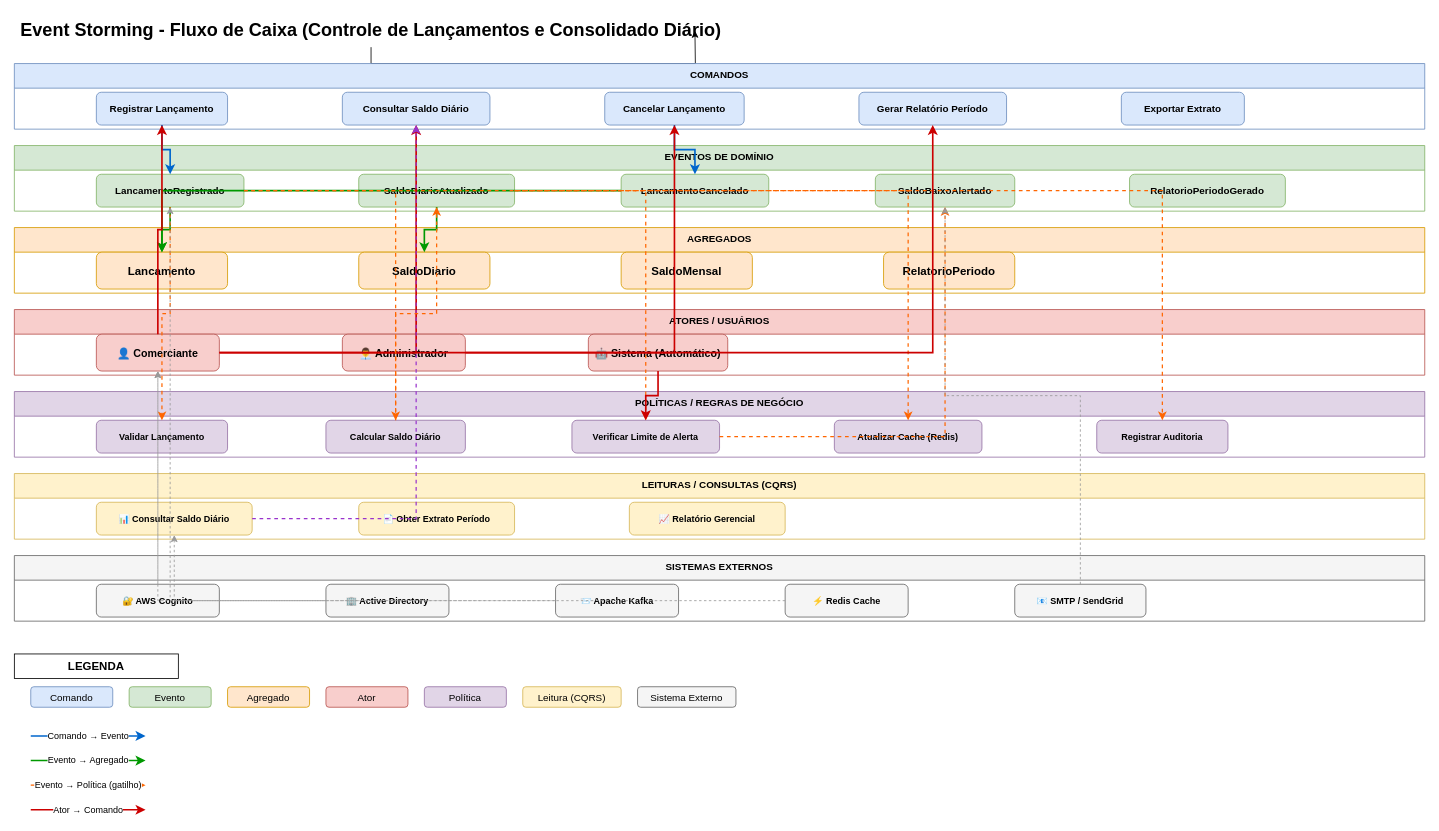
Before: event-storming.drawio in sergio-da-victoria/CI-T-Case, a draw.io diagram. Source tidied: cells renumbered, new cells numbered last; positions are measured from the earlier drawing's top-left corner, leaving out a move shared by most shapes. Both pictures are drawn from the tidied source at 82%, with x=0, y=0 at pixel (14, 14).
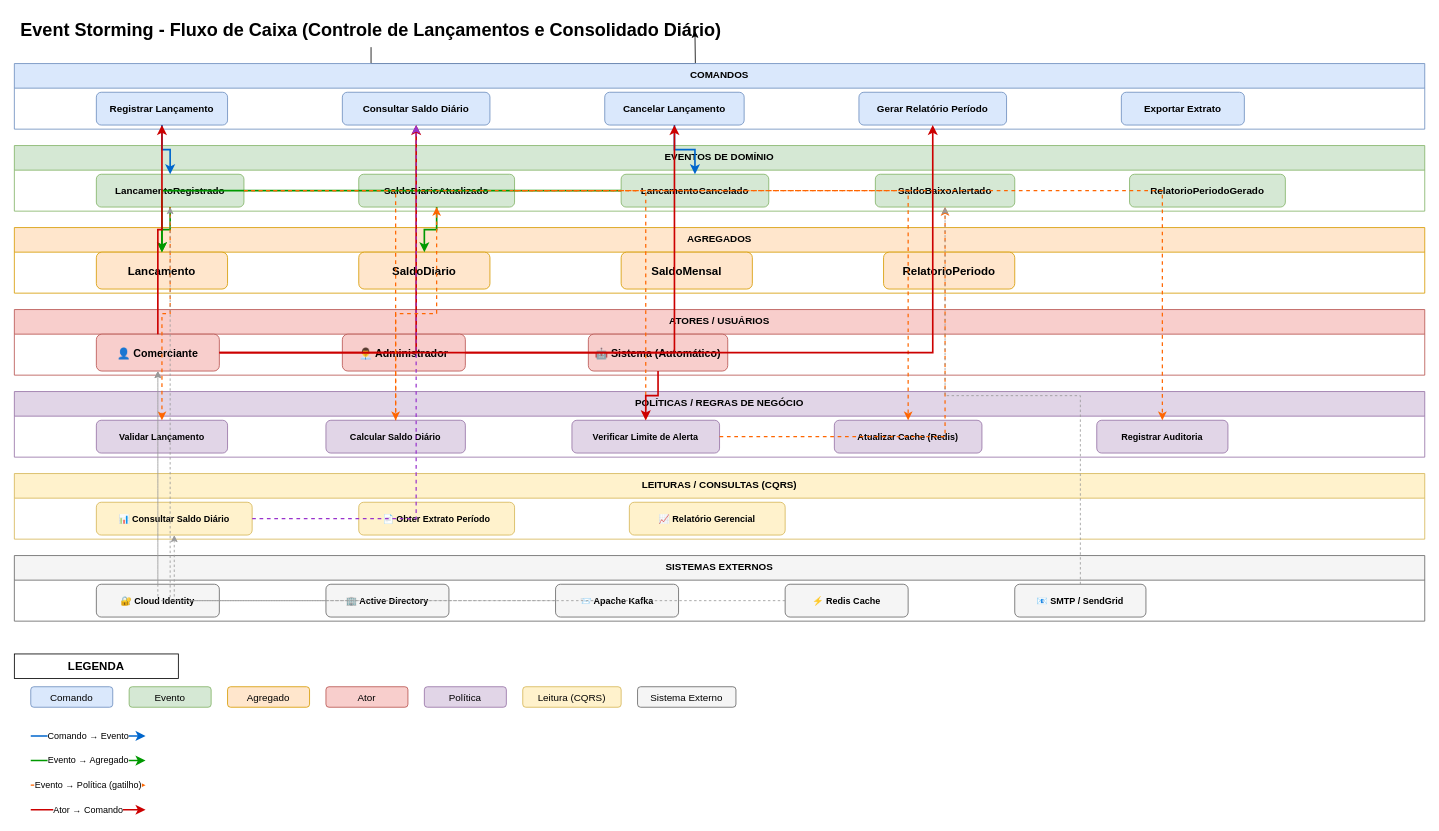
The same page after the edit.

Unchanged cells that the change refers to:
```xml
<mxCell id="35" value="SISTEMAS EXTERNOS" style="swimlane;fontStyle=1;align=center;verticalAlign=top;horizontal=1;startSize=30;fillColor=#f5f5f5;strokeColor=#666666;" parent="1" vertex="1">
  <mxGeometry y="660" width="1720" height="80" as="geometry" />
</mxCell>
```

Diff of the diagram source:
```diff
@@
-    <mxCell id="36" value="🔐 AWS Cognito" style="rounded=1;fillColor=#f5f5f5;strokeColor=#666666;fontStyle=1;fontSize=11;" parent="35" vertex="1">
+    <mxCell id="36" value="🔐 Cloud Identity" style="rounded=1;fillColor=#f5f5f5;strokeColor=#666666;fontStyle=1;fontSize=11;" parent="35" vertex="1">
       <mxGeometry x="100" y="35" width="150" height="40" as="geometry" />
     </mxCell>
```
